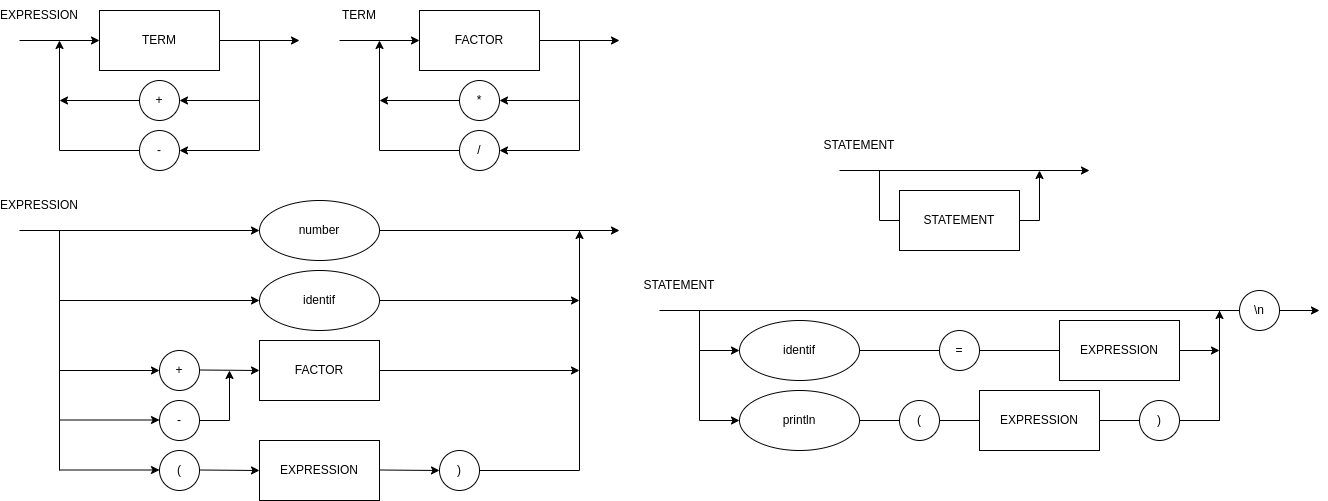
Before: diagrama_sintatico.drawio.png, a diagram exported from draw.io (Vigrel/compilador-logicomp). Source tidied: cells renumbered, new cells last; positions are measured from the earlier drawing's top-left corner, leaving out a move shared by most shapes. The source it was exported from:
```xml
<mxGraphModel background="#ffffff">
  <root>
    <mxCell id="0" />
    <mxCell id="1" parent="0" />
    <mxCell id="2" style="endArrow=none;html=1;strokeColor=#000000;fontColor=#000000;" parent="1" edge="1">
      <mxGeometry relative="1" as="geometry">
        <mxPoint x="870" y="220" as="sourcePoint" />
        <mxPoint x="1030" y="220" as="targetPoint" />
      </mxGeometry>
    </mxCell>
    <mxCell id="3" style="endArrow=none;html=1;strokeColor=#000000;exitX=1;exitY=0.5;exitDx=0;exitDy=0;startArrow=none;" parent="1" edge="1" source="71">
      <mxGeometry relative="1" as="geometry">
        <mxPoint x="1210" y="420" as="targetPoint" />
      </mxGeometry>
    </mxCell>
    <mxCell id="4" value="TERM" style="rounded=0;whiteSpace=wrap;html=1;fillColor=#FFFFFF;strokeColor=#000000;fontColor=#000000;" parent="1" vertex="1">
      <mxGeometry x="90" y="10" width="120" height="60" as="geometry" />
    </mxCell>
    <mxCell id="5" style="endArrow=classic;html=1;entryX=0;entryY=0.5;entryDx=0;entryDy=0;strokeColor=#000000;" parent="1" edge="1" target="4">
      <mxGeometry relative="1" as="geometry">
        <mxPoint x="10" y="40" as="sourcePoint" />
      </mxGeometry>
    </mxCell>
    <mxCell id="6" style="endArrow=classic;html=1;strokeColor=#000000;" parent="1" edge="1">
      <mxGeometry relative="1" as="geometry">
        <mxPoint x="210" y="40" as="sourcePoint" />
        <mxPoint x="290" y="40" as="targetPoint" />
      </mxGeometry>
    </mxCell>
    <mxCell id="7" value="+" style="ellipse;whiteSpace=wrap;html=1;strokeColor=#000000;fontColor=#000000;fillColor=#FFFFFF;" parent="1" vertex="1">
      <mxGeometry x="130" y="80" width="40" height="40" as="geometry" />
    </mxCell>
    <mxCell id="8" value="-" style="ellipse;whiteSpace=wrap;html=1;strokeColor=#000000;fontColor=#000000;fillColor=#FFFFFF;" parent="1" vertex="1">
      <mxGeometry x="130" y="130" width="40" height="40" as="geometry" />
    </mxCell>
    <mxCell id="9" style="endArrow=classic;html=1;strokeColor=#000000;entryX=1;entryY=0.5;entryDx=0;entryDy=0;" parent="1" edge="1" target="7">
      <mxGeometry relative="1" as="geometry">
        <mxPoint x="250" y="100" as="sourcePoint" />
      </mxGeometry>
    </mxCell>
    <mxCell id="10" style="endArrow=classic;html=1;strokeColor=#000000;exitX=0;exitY=0.5;exitDx=0;exitDy=0;" parent="1" edge="1" source="7">
      <mxGeometry relative="1" as="geometry">
        <mxPoint x="50" y="100" as="targetPoint" />
      </mxGeometry>
    </mxCell>
    <mxCell id="11" style="endArrow=classic;html=1;strokeColor=#000000;entryX=1;entryY=0.5;entryDx=0;entryDy=0;" parent="1" edge="1" target="8">
      <mxGeometry relative="1" as="geometry">
        <mxPoint x="250" y="150" as="sourcePoint" />
      </mxGeometry>
    </mxCell>
    <mxCell id="12" style="endArrow=none;html=1;strokeColor=#000000;fontColor=#000000;" parent="1" edge="1">
      <mxGeometry relative="1" as="geometry">
        <mxPoint x="250" y="150" as="sourcePoint" />
        <mxPoint x="250" y="40" as="targetPoint" />
      </mxGeometry>
    </mxCell>
    <mxCell id="13" style="endArrow=none;html=1;strokeColor=#000000;fontColor=#000000;entryX=0;entryY=0.5;entryDx=0;entryDy=0;" parent="1" edge="1" target="8">
      <mxGeometry relative="1" as="geometry">
        <mxPoint x="50" y="150" as="sourcePoint" />
      </mxGeometry>
    </mxCell>
    <mxCell id="14" value="EXPRESSION" style="text;html=1;strokeColor=none;fillColor=none;align=center;verticalAlign=middle;whiteSpace=wrap;rounded=0;fontColor=#000000;" parent="1" vertex="1">
      <mxGeometry width="60" height="30" as="geometry" />
    </mxCell>
    <mxCell id="15" style="endArrow=classic;html=1;strokeColor=#000000;" parent="1" edge="1">
      <mxGeometry relative="1" as="geometry">
        <mxPoint x="50" y="150" as="sourcePoint" />
        <mxPoint x="50" y="40" as="targetPoint" />
      </mxGeometry>
    </mxCell>
    <mxCell id="16" value="FACTOR" style="rounded=0;whiteSpace=wrap;html=1;fillColor=#FFFFFF;strokeColor=#000000;fontColor=#000000;" parent="1" vertex="1">
      <mxGeometry x="410" y="10" width="120" height="60" as="geometry" />
    </mxCell>
    <mxCell id="17" style="endArrow=classic;html=1;entryX=0;entryY=0.5;entryDx=0;entryDy=0;strokeColor=#000000;" parent="1" edge="1" target="16">
      <mxGeometry relative="1" as="geometry">
        <mxPoint x="330" y="40" as="sourcePoint" />
      </mxGeometry>
    </mxCell>
    <mxCell id="18" style="endArrow=classic;html=1;strokeColor=#000000;" parent="1" edge="1">
      <mxGeometry relative="1" as="geometry">
        <mxPoint x="530" y="40" as="sourcePoint" />
        <mxPoint x="610" y="40" as="targetPoint" />
      </mxGeometry>
    </mxCell>
    <mxCell id="19" value="*" style="ellipse;whiteSpace=wrap;html=1;strokeColor=#000000;fontColor=#000000;fillColor=#FFFFFF;" parent="1" vertex="1">
      <mxGeometry x="450" y="80" width="40" height="40" as="geometry" />
    </mxCell>
    <mxCell id="20" value="/" style="ellipse;whiteSpace=wrap;html=1;strokeColor=#000000;fontColor=#000000;fillColor=#FFFFFF;" parent="1" vertex="1">
      <mxGeometry x="450" y="130" width="40" height="40" as="geometry" />
    </mxCell>
    <mxCell id="21" style="endArrow=classic;html=1;strokeColor=#000000;entryX=1;entryY=0.5;entryDx=0;entryDy=0;" parent="1" edge="1" target="19">
      <mxGeometry relative="1" as="geometry">
        <mxPoint x="570" y="100" as="sourcePoint" />
      </mxGeometry>
    </mxCell>
    <mxCell id="22" style="endArrow=classic;html=1;strokeColor=#000000;exitX=0;exitY=0.5;exitDx=0;exitDy=0;" parent="1" edge="1" source="19">
      <mxGeometry relative="1" as="geometry">
        <mxPoint x="370" y="100" as="targetPoint" />
      </mxGeometry>
    </mxCell>
    <mxCell id="23" style="endArrow=classic;html=1;strokeColor=#000000;entryX=1;entryY=0.5;entryDx=0;entryDy=0;" parent="1" edge="1" target="20">
      <mxGeometry relative="1" as="geometry">
        <mxPoint x="570" y="150" as="sourcePoint" />
      </mxGeometry>
    </mxCell>
    <mxCell id="24" style="endArrow=none;html=1;strokeColor=#000000;fontColor=#000000;" parent="1" edge="1">
      <mxGeometry relative="1" as="geometry">
        <mxPoint x="570" y="150" as="sourcePoint" />
        <mxPoint x="570" y="40" as="targetPoint" />
      </mxGeometry>
    </mxCell>
    <mxCell id="25" style="endArrow=none;html=1;strokeColor=#000000;fontColor=#000000;entryX=0;entryY=0.5;entryDx=0;entryDy=0;" parent="1" edge="1" target="20">
      <mxGeometry relative="1" as="geometry">
        <mxPoint x="370" y="150" as="sourcePoint" />
      </mxGeometry>
    </mxCell>
    <mxCell id="26" value="TERM" style="text;html=1;strokeColor=none;fillColor=none;align=center;verticalAlign=middle;whiteSpace=wrap;rounded=0;fontColor=#000000;" parent="1" vertex="1">
      <mxGeometry x="320" width="60" height="30" as="geometry" />
    </mxCell>
    <mxCell id="27" style="endArrow=classic;html=1;strokeColor=#000000;" parent="1" edge="1">
      <mxGeometry relative="1" as="geometry">
        <mxPoint x="370" y="150" as="sourcePoint" />
        <mxPoint x="370" y="40" as="targetPoint" />
      </mxGeometry>
    </mxCell>
    <mxCell id="28" style="endArrow=classic;html=1;strokeColor=#000000;entryX=0;entryY=0.5;entryDx=0;entryDy=0;" parent="1" edge="1" target="35">
      <mxGeometry relative="1" as="geometry">
        <mxPoint x="10" y="230" as="sourcePoint" />
      </mxGeometry>
    </mxCell>
    <mxCell id="29" style="endArrow=none;html=1;strokeColor=#000000;fontColor=#000000;" parent="1" edge="1">
      <mxGeometry relative="1" as="geometry">
        <mxPoint x="50" y="470" as="sourcePoint" />
        <mxPoint x="50" y="230" as="targetPoint" />
      </mxGeometry>
    </mxCell>
    <mxCell id="30" value="EXPRESSION" style="text;html=1;strokeColor=none;fillColor=none;align=center;verticalAlign=middle;whiteSpace=wrap;rounded=0;fontColor=#000000;" parent="1" vertex="1">
      <mxGeometry y="190" width="60" height="30" as="geometry" />
    </mxCell>
    <mxCell id="31" value="FACTOR" style="rounded=0;whiteSpace=wrap;html=1;fillColor=#FFFFFF;strokeColor=#000000;fontColor=#000000;" parent="1" vertex="1">
      <mxGeometry x="250" y="340" width="120" height="60" as="geometry" />
    </mxCell>
    <mxCell id="32" style="endArrow=classic;html=1;strokeColor=#000000;exitX=1;exitY=0.5;exitDx=0;exitDy=0;" parent="1" edge="1" source="35">
      <mxGeometry relative="1" as="geometry">
        <mxPoint x="610" y="230" as="targetPoint" />
      </mxGeometry>
    </mxCell>
    <mxCell id="33" style="endArrow=none;html=1;strokeColor=#000000;fontColor=#000000;" parent="1" edge="1">
      <mxGeometry relative="1" as="geometry">
        <mxPoint x="570" y="340" as="sourcePoint" />
        <mxPoint x="570" y="230" as="targetPoint" />
      </mxGeometry>
    </mxCell>
    <mxCell id="34" style="endArrow=classic;html=1;strokeColor=#000000;" parent="1" edge="1">
      <mxGeometry relative="1" as="geometry">
        <mxPoint x="570" y="470" as="sourcePoint" />
        <mxPoint x="570" y="230" as="targetPoint" />
      </mxGeometry>
    </mxCell>
    <mxCell id="35" value="number" style="ellipse;whiteSpace=wrap;html=1;strokeColor=#000000;fontColor=#000000;fillColor=#FFFFFF;" parent="1" vertex="1">
      <mxGeometry x="250" y="200" width="120" height="60" as="geometry" />
    </mxCell>
    <mxCell id="36" value="+" style="ellipse;whiteSpace=wrap;html=1;strokeColor=#000000;fontColor=#000000;fillColor=#FFFFFF;" parent="1" vertex="1">
      <mxGeometry x="150" y="350" width="40" height="40" as="geometry" />
    </mxCell>
    <mxCell id="37" value="-" style="ellipse;whiteSpace=wrap;html=1;strokeColor=#000000;fontColor=#000000;fillColor=#FFFFFF;" parent="1" vertex="1">
      <mxGeometry x="150" y="400" width="40" height="40" as="geometry" />
    </mxCell>
    <mxCell id="38" style="endArrow=classic;html=1;strokeColor=#000000;entryX=0;entryY=0.5;entryDx=0;entryDy=0;" parent="1" edge="1" target="36">
      <mxGeometry relative="1" as="geometry">
        <mxPoint x="50" y="370" as="sourcePoint" />
      </mxGeometry>
    </mxCell>
    <mxCell id="39" style="endArrow=classic;html=1;strokeColor=#000000;entryX=0;entryY=0.5;entryDx=0;entryDy=0;" parent="1" edge="1">
      <mxGeometry relative="1" as="geometry">
        <mxPoint x="50" y="419.5" as="sourcePoint" />
        <mxPoint x="150" y="419.5" as="targetPoint" />
      </mxGeometry>
    </mxCell>
    <mxCell id="40" style="endArrow=classic;html=1;strokeColor=#000000;" parent="1" edge="1">
      <mxGeometry relative="1" as="geometry">
        <mxPoint x="190" y="369.5" as="sourcePoint" />
        <mxPoint x="250" y="370" as="targetPoint" />
      </mxGeometry>
    </mxCell>
    <mxCell id="41" style="endArrow=classic;html=1;strokeColor=#000000;" parent="1" edge="1">
      <mxGeometry relative="1" as="geometry">
        <mxPoint x="220" y="420" as="sourcePoint" />
        <mxPoint x="220" y="370" as="targetPoint" />
      </mxGeometry>
    </mxCell>
    <mxCell id="42" style="endArrow=none;html=1;strokeColor=#000000;fontColor=#000000;exitX=1;exitY=0.5;exitDx=0;exitDy=0;" parent="1" edge="1" source="37">
      <mxGeometry relative="1" as="geometry">
        <mxPoint x="220" y="420" as="targetPoint" />
      </mxGeometry>
    </mxCell>
    <mxCell id="43" style="endArrow=classic;html=1;strokeColor=#000000;exitX=1;exitY=0.5;exitDx=0;exitDy=0;" parent="1" edge="1" source="31">
      <mxGeometry relative="1" as="geometry">
        <mxPoint x="570" y="370" as="targetPoint" />
      </mxGeometry>
    </mxCell>
    <mxCell id="44" value="(" style="ellipse;whiteSpace=wrap;html=1;strokeColor=#000000;fontColor=#000000;fillColor=#FFFFFF;" parent="1" vertex="1">
      <mxGeometry x="150" y="450" width="40" height="40" as="geometry" />
    </mxCell>
    <mxCell id="45" style="endArrow=classic;html=1;strokeColor=#000000;entryX=0;entryY=0.5;entryDx=0;entryDy=0;" parent="1" edge="1">
      <mxGeometry relative="1" as="geometry">
        <mxPoint x="50" y="469.5" as="sourcePoint" />
        <mxPoint x="150" y="469.5" as="targetPoint" />
      </mxGeometry>
    </mxCell>
    <mxCell id="46" value="EXPRESSION" style="rounded=0;whiteSpace=wrap;html=1;fillColor=#FFFFFF;strokeColor=#000000;fontColor=#000000;" parent="1" vertex="1">
      <mxGeometry x="250" y="440" width="120" height="60" as="geometry" />
    </mxCell>
    <mxCell id="47" style="endArrow=classic;html=1;strokeColor=#000000;" parent="1" edge="1">
      <mxGeometry relative="1" as="geometry">
        <mxPoint x="190" y="469.5" as="sourcePoint" />
        <mxPoint x="250" y="470" as="targetPoint" />
      </mxGeometry>
    </mxCell>
    <mxCell id="48" style="endArrow=classic;html=1;strokeColor=#000000;" parent="1" edge="1">
      <mxGeometry relative="1" as="geometry">
        <mxPoint x="370" y="469.5" as="sourcePoint" />
        <mxPoint x="430" y="470" as="targetPoint" />
      </mxGeometry>
    </mxCell>
    <mxCell id="49" value=")" style="ellipse;whiteSpace=wrap;html=1;strokeColor=#000000;fontColor=#000000;fillColor=#FFFFFF;" parent="1" vertex="1">
      <mxGeometry x="430" y="450" width="40" height="40" as="geometry" />
    </mxCell>
    <mxCell id="50" style="endArrow=none;html=1;strokeColor=#000000;fontColor=#000000;exitX=1;exitY=0.5;exitDx=0;exitDy=0;" parent="1" edge="1" source="49">
      <mxGeometry relative="1" as="geometry">
        <mxPoint x="570" y="470" as="targetPoint" />
      </mxGeometry>
    </mxCell>
    <mxCell id="51" value="identif" style="ellipse;whiteSpace=wrap;html=1;strokeColor=#000000;fontColor=#000000;fillColor=#FFFFFF;" parent="1" vertex="1">
      <mxGeometry x="250" y="270" width="120" height="60" as="geometry" />
    </mxCell>
    <mxCell id="52" style="endArrow=classic;html=1;strokeColor=#000000;exitX=1;exitY=0.5;exitDx=0;exitDy=0;" parent="1" edge="1" source="51">
      <mxGeometry relative="1" as="geometry">
        <mxPoint x="570" y="300" as="targetPoint" />
      </mxGeometry>
    </mxCell>
    <mxCell id="53" style="endArrow=classic;html=1;strokeColor=#000000;entryX=0;entryY=0.5;entryDx=0;entryDy=0;" parent="1" edge="1" target="51">
      <mxGeometry relative="1" as="geometry">
        <mxPoint x="50" y="300" as="sourcePoint" />
      </mxGeometry>
    </mxCell>
    <mxCell id="54" style="endArrow=classic;html=1;strokeColor=#000000;" parent="1" edge="1">
      <mxGeometry relative="1" as="geometry">
        <mxPoint x="650" y="310" as="sourcePoint" />
        <mxPoint x="1310" y="310" as="targetPoint" />
      </mxGeometry>
    </mxCell>
    <mxCell id="55" style="endArrow=none;html=1;strokeColor=#000000;fontColor=#000000;" parent="1" edge="1">
      <mxGeometry relative="1" as="geometry">
        <mxPoint x="690" y="420" as="sourcePoint" />
        <mxPoint x="690" y="310" as="targetPoint" />
      </mxGeometry>
    </mxCell>
    <mxCell id="56" value="STATEMENT" style="text;html=1;strokeColor=none;fillColor=none;align=center;verticalAlign=middle;whiteSpace=wrap;rounded=0;fontColor=#000000;" parent="1" vertex="1">
      <mxGeometry x="640" y="270" width="60" height="30" as="geometry" />
    </mxCell>
    <mxCell id="57" style="endArrow=none;html=1;strokeColor=#000000;fontColor=#000000;" parent="1" edge="1">
      <mxGeometry relative="1" as="geometry">
        <mxPoint x="1210" y="420" as="sourcePoint" />
        <mxPoint x="1210" y="310" as="targetPoint" />
      </mxGeometry>
    </mxCell>
    <mxCell id="58" style="endArrow=classic;html=1;strokeColor=#000000;" parent="1" edge="1">
      <mxGeometry relative="1" as="geometry">
        <mxPoint x="1210" y="420" as="sourcePoint" />
        <mxPoint x="1210" y="310" as="targetPoint" />
      </mxGeometry>
    </mxCell>
    <mxCell id="59" value="identif" style="ellipse;whiteSpace=wrap;html=1;strokeColor=#000000;fontColor=#000000;fillColor=#FFFFFF;" parent="1" vertex="1">
      <mxGeometry x="730" y="320" width="120" height="60" as="geometry" />
    </mxCell>
    <mxCell id="60" style="endArrow=classic;html=1;strokeColor=#000000;exitX=1;exitY=0.5;exitDx=0;exitDy=0;startArrow=none;" parent="1" edge="1" source="65">
      <mxGeometry relative="1" as="geometry">
        <mxPoint x="1210" y="350" as="targetPoint" />
      </mxGeometry>
    </mxCell>
    <mxCell id="61" style="endArrow=classic;html=1;strokeColor=#000000;entryX=0;entryY=0.5;entryDx=0;entryDy=0;" parent="1" edge="1" target="59">
      <mxGeometry relative="1" as="geometry">
        <mxPoint x="690" y="350" as="sourcePoint" />
      </mxGeometry>
    </mxCell>
    <mxCell id="62" style="endArrow=none;html=1;strokeColor=#000000;exitX=1;exitY=0.5;exitDx=0;exitDy=0;" parent="1" edge="1" source="59" target="63">
      <mxGeometry relative="1" as="geometry" />
    </mxCell>
    <mxCell id="63" value="=" style="ellipse;whiteSpace=wrap;html=1;strokeColor=#000000;fontColor=#000000;fillColor=#FFFFFF;" parent="1" vertex="1">
      <mxGeometry x="930" y="330" width="40" height="40" as="geometry" />
    </mxCell>
    <mxCell id="64" style="endArrow=none;html=1;strokeColor=#000000;exitX=1;exitY=0.5;exitDx=0;exitDy=0;startArrow=none;" parent="1" edge="1" source="63" target="65">
      <mxGeometry relative="1" as="geometry" />
    </mxCell>
    <mxCell id="65" value="EXPRESSION" style="rounded=0;whiteSpace=wrap;html=1;fillColor=#FFFFFF;strokeColor=#000000;fontColor=#000000;" parent="1" vertex="1">
      <mxGeometry x="1050" y="320" width="120" height="60" as="geometry" />
    </mxCell>
    <mxCell id="66" value="println" style="ellipse;whiteSpace=wrap;html=1;strokeColor=#000000;fontColor=#000000;fillColor=#FFFFFF;" parent="1" vertex="1">
      <mxGeometry x="730" y="390" width="120" height="60" as="geometry" />
    </mxCell>
    <mxCell id="67" style="endArrow=classic;html=1;strokeColor=#000000;entryX=0;entryY=0.5;entryDx=0;entryDy=0;" parent="1" edge="1" target="66">
      <mxGeometry relative="1" as="geometry">
        <mxPoint x="690" y="420" as="sourcePoint" />
      </mxGeometry>
    </mxCell>
    <mxCell id="68" style="endArrow=none;html=1;strokeColor=#000000;exitX=1;exitY=0.5;exitDx=0;exitDy=0;" parent="1" edge="1" source="66" target="69">
      <mxGeometry relative="1" as="geometry" />
    </mxCell>
    <mxCell id="69" value="(" style="ellipse;whiteSpace=wrap;html=1;strokeColor=#000000;fontColor=#000000;fillColor=#FFFFFF;" parent="1" vertex="1">
      <mxGeometry x="890" y="400" width="40" height="40" as="geometry" />
    </mxCell>
    <mxCell id="70" style="endArrow=none;html=1;strokeColor=#000000;exitX=1;exitY=0.5;exitDx=0;exitDy=0;startArrow=none;" parent="1" edge="1" source="69" target="71">
      <mxGeometry relative="1" as="geometry" />
    </mxCell>
    <mxCell id="71" value="EXPRESSION" style="rounded=0;whiteSpace=wrap;html=1;fillColor=#FFFFFF;strokeColor=#000000;fontColor=#000000;" parent="1" vertex="1">
      <mxGeometry x="970" y="390" width="120" height="60" as="geometry" />
    </mxCell>
    <mxCell id="72" value=")" style="ellipse;whiteSpace=wrap;html=1;strokeColor=#000000;fontColor=#000000;fillColor=#FFFFFF;" parent="1" vertex="1">
      <mxGeometry x="1130" y="400" width="40" height="40" as="geometry" />
    </mxCell>
    <mxCell id="73" style="endArrow=classic;html=1;strokeColor=#000000;" parent="1" edge="1">
      <mxGeometry relative="1" as="geometry">
        <mxPoint x="830" y="170" as="sourcePoint" />
        <mxPoint x="1080" y="170" as="targetPoint" />
      </mxGeometry>
    </mxCell>
    <mxCell id="74" style="endArrow=none;html=1;strokeColor=#000000;fontColor=#000000;" parent="1" edge="1">
      <mxGeometry relative="1" as="geometry">
        <mxPoint x="870" y="220" as="sourcePoint" />
        <mxPoint x="870" y="170" as="targetPoint" />
      </mxGeometry>
    </mxCell>
    <mxCell id="75" value="STATEMENT" style="text;html=1;strokeColor=none;fillColor=none;align=center;verticalAlign=middle;whiteSpace=wrap;rounded=0;fontColor=#000000;" parent="1" vertex="1">
      <mxGeometry x="820" y="130" width="60" height="30" as="geometry" />
    </mxCell>
    <mxCell id="76" style="endArrow=classic;html=1;strokeColor=#000000;" parent="1" edge="1">
      <mxGeometry relative="1" as="geometry">
        <mxPoint x="1030" y="220" as="sourcePoint" />
        <mxPoint x="1030" y="170" as="targetPoint" />
      </mxGeometry>
    </mxCell>
    <mxCell id="77" value="STATEMENT" style="rounded=0;whiteSpace=wrap;html=1;fillColor=#FFFFFF;strokeColor=#000000;fontColor=#000000;" parent="1" vertex="1">
      <mxGeometry x="890" y="190" width="120" height="60" as="geometry" />
    </mxCell>
    <mxCell id="78" value="\n" style="ellipse;whiteSpace=wrap;html=1;strokeColor=#000000;fontColor=#000000;fillColor=#FFFFFF;gradientColor=none;" parent="1" vertex="1">
      <mxGeometry x="1230" y="290" width="40" height="40" as="geometry" />
    </mxCell>
  </root>
</mxGraphModel>
```
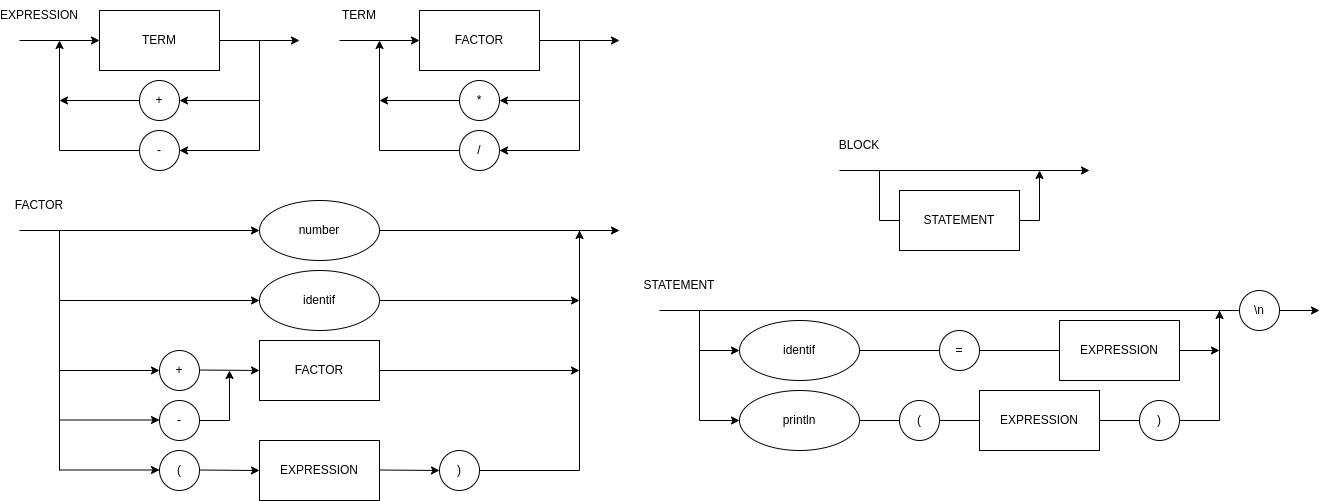
The same file after the commit.

Commit message:
fix(file): rename structures of sintax diagram

Change to the diagram source:
```diff
@@ -134,7 +134,7 @@
         <mxPoint x="50" y="230" as="targetPoint" />
       </mxGeometry>
     </mxCell>
-    <mxCell id="30" value="EXPRESSION" style="text;html=1;strokeColor=none;fillColor=none;align=center;verticalAlign=middle;whiteSpace=wrap;rounded=0;fontColor=#000000;" parent="1" vertex="1">
+    <mxCell id="30" value="FACTOR" style="text;html=1;strokeColor=none;fillColor=none;align=center;verticalAlign=middle;whiteSpace=wrap;rounded=0;fontColor=#000000;" parent="1" vertex="1">
       <mxGeometry y="190" width="60" height="30" as="geometry" />
     </mxCell>
     <mxCell id="31" value="FACTOR" style="rounded=0;whiteSpace=wrap;html=1;fillColor=#FFFFFF;strokeColor=#000000;fontColor=#000000;" parent="1" vertex="1">
@@ -331,7 +331,7 @@
         <mxPoint x="870" y="170" as="targetPoint" />
       </mxGeometry>
     </mxCell>
-    <mxCell id="75" value="STATEMENT" style="text;html=1;strokeColor=none;fillColor=none;align=center;verticalAlign=middle;whiteSpace=wrap;rounded=0;fontColor=#000000;" parent="1" vertex="1">
+    <mxCell id="75" value="BLOCK" style="text;html=1;strokeColor=none;fillColor=none;align=center;verticalAlign=middle;whiteSpace=wrap;rounded=0;fontColor=#000000;" parent="1" vertex="1">
       <mxGeometry x="820" y="130" width="60" height="30" as="geometry" />
     </mxCell>
     <mxCell id="76" style="endArrow=classic;html=1;strokeColor=#000000;" parent="1" edge="1">
```
